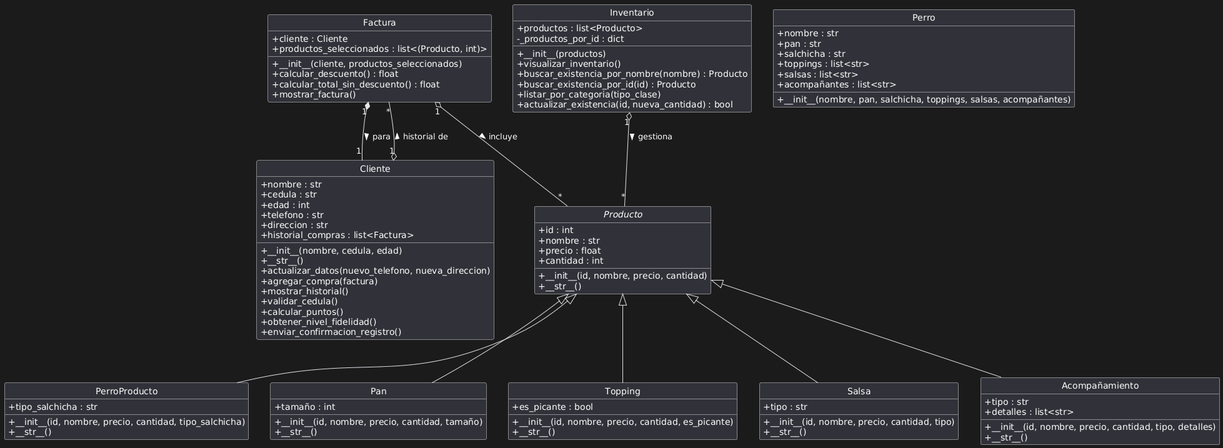
This is DIAGRAMA DE CLASES.png from JP-1907/PROYECTO_ALGORITMOS, a PlantUML export, as it was before one commit.
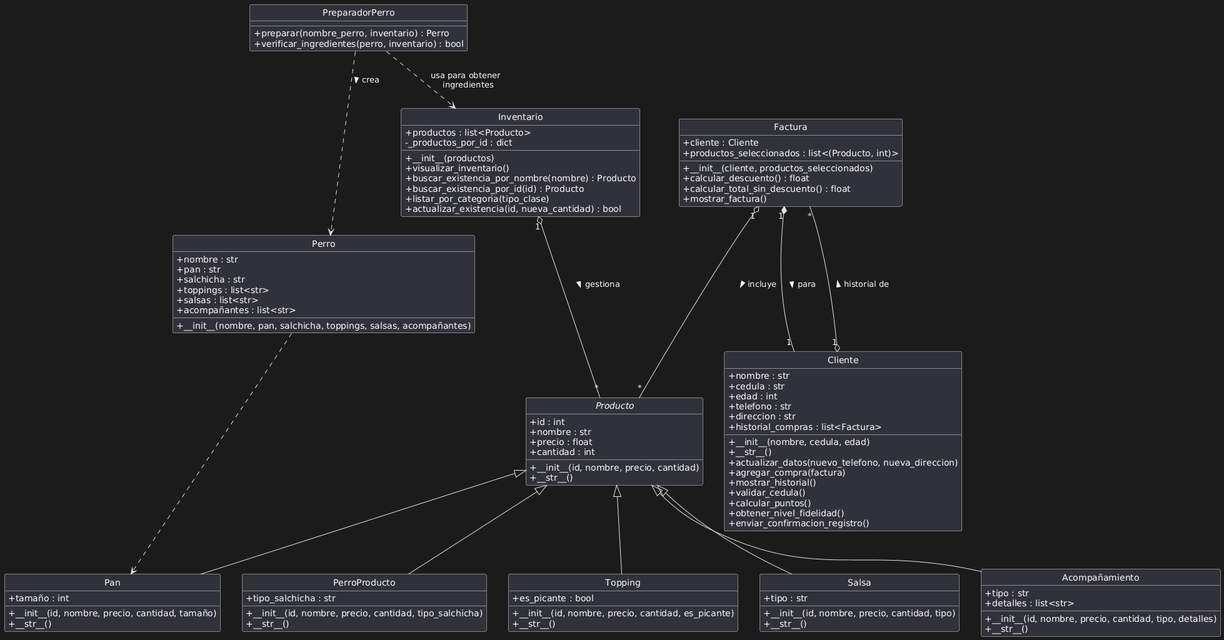
The same file after the commit.

Diff of the diagram source:
```diff
@@ -106,6 +106,11 @@
   + actualizar_existencia(id, nueva_cantidad) : bool
 }
 
+class PreparadorPerro {
+  + preparar(nombre_perro, inventario) : Perro
+  + verificar_ingredientes(perro, inventario) : bool
+}
+
 
 Factura "1" *-- "1" Cliente : para >
 
@@ -114,4 +119,9 @@
 Inventario "1" o-- "*" Producto : gestiona >
 
 Cliente "1" o-- "*" Factura : historial de >
+
+PreparadorPerro ..> Inventario : usa para obtener \n ingredientes
+PreparadorPerro ..> Perro : crea >
+
+Perro ..> Pan
 @enduml
```
